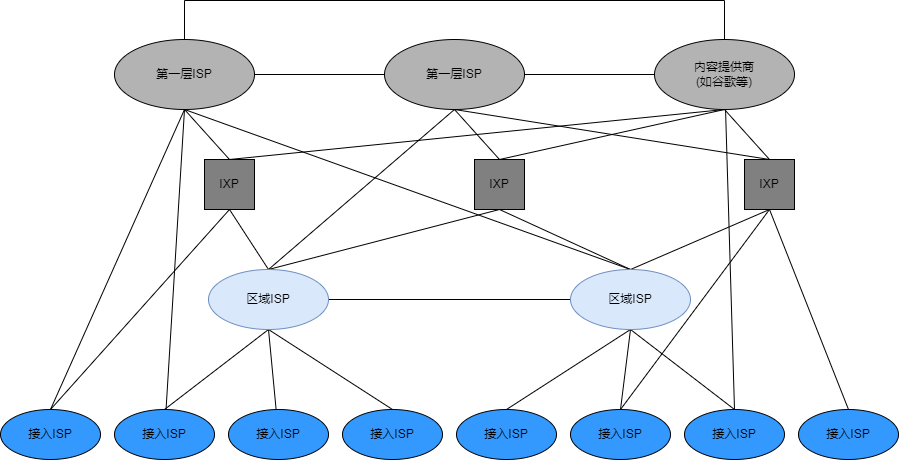
Before: compute-networking/img/compute-networking_4.png, a diagram exported from draw.io (an-die-freude/computer-network-note). Source tidied: cells renumbered, new cells last; positions are measured from the earlier drawing's top-left corner, leaving out a move shared by most shapes. Its diagram source:
```xml
<mxGraphModel>
  <root>
    <mxCell id="0" />
    <mxCell id="1" parent="0" />
    <mxCell id="2" style="edgeStyle=orthogonalEdgeStyle;rounded=0;jettySize=auto;html=1;entryX=0;entryY=0.5;entryDx=0;entryDy=0;endArrow=none;endFill=0;" parent="1" edge="1" source="8" target="13">
      <mxGeometry relative="1" as="geometry" />
    </mxCell>
    <mxCell id="3" style="edgeStyle=orthogonalEdgeStyle;rounded=0;jettySize=auto;html=1;entryX=0.5;entryY=0;entryDx=0;entryDy=0;endArrow=none;endFill=0;exitX=0.5;exitY=0;exitDx=0;exitDy=0;" parent="1" edge="1" source="8" target="17">
      <mxGeometry relative="1" as="geometry">
        <Array as="points">
          <mxPoint x="184" />
          <mxPoint x="724" />
        </Array>
      </mxGeometry>
    </mxCell>
    <mxCell id="4" style="rounded=0;jettySize=auto;html=1;entryX=0.5;entryY=0;entryDx=0;entryDy=0;endArrow=none;endFill=0;exitX=0.5;exitY=1;exitDx=0;exitDy=0;" parent="1" edge="1" source="8" target="39">
      <mxGeometry relative="1" as="geometry" />
    </mxCell>
    <mxCell id="5" style="edgeStyle=none;rounded=0;jettySize=auto;html=1;endArrow=none;endFill=0;exitX=0.5;exitY=1;exitDx=0;exitDy=0;" parent="1" edge="1" source="8" target="38">
      <mxGeometry relative="1" as="geometry" />
    </mxCell>
    <mxCell id="6" style="edgeStyle=none;rounded=0;jettySize=auto;html=1;entryX=0.5;entryY=0;entryDx=0;entryDy=0;endArrow=none;endFill=0;exitX=0.5;exitY=1;exitDx=0;exitDy=0;" parent="1" edge="1" source="8" target="21">
      <mxGeometry relative="1" as="geometry" />
    </mxCell>
    <mxCell id="7" style="edgeStyle=none;rounded=0;jettySize=auto;html=1;entryX=0.5;entryY=0;entryDx=0;entryDy=0;endArrow=none;endFill=0;exitX=0.5;exitY=1;exitDx=0;exitDy=0;" parent="1" edge="1" source="8" target="37">
      <mxGeometry relative="1" as="geometry" />
    </mxCell>
    <mxCell id="8" value="第一层ISP" style="ellipse;whiteSpace=wrap;html=1;fillColor=#B3B3B3;" parent="1" vertex="1">
      <mxGeometry x="114" y="39" width="140" height="70" as="geometry" />
    </mxCell>
    <mxCell id="9" style="edgeStyle=orthogonalEdgeStyle;rounded=0;jettySize=auto;html=1;endArrow=none;endFill=0;" parent="1" edge="1" source="13" target="17">
      <mxGeometry relative="1" as="geometry" />
    </mxCell>
    <mxCell id="10" style="edgeStyle=none;rounded=0;jettySize=auto;html=1;entryX=0.5;entryY=0;entryDx=0;entryDy=0;endArrow=none;endFill=0;exitX=0.5;exitY=1;exitDx=0;exitDy=0;" parent="1" edge="1" source="13" target="28">
      <mxGeometry relative="1" as="geometry" />
    </mxCell>
    <mxCell id="11" style="edgeStyle=none;rounded=0;jettySize=auto;html=1;entryX=0.5;entryY=0;entryDx=0;entryDy=0;endArrow=none;endFill=0;exitX=0.5;exitY=1;exitDx=0;exitDy=0;" parent="1" edge="1" source="13" target="33">
      <mxGeometry relative="1" as="geometry" />
    </mxCell>
    <mxCell id="12" style="edgeStyle=none;rounded=0;jettySize=auto;html=1;entryX=0.5;entryY=0;entryDx=0;entryDy=0;endArrow=none;endFill=0;exitX=0.5;exitY=1;exitDx=0;exitDy=0;" parent="1" edge="1" source="13" target="24">
      <mxGeometry relative="1" as="geometry" />
    </mxCell>
    <mxCell id="13" value="第一层ISP" style="ellipse;whiteSpace=wrap;html=1;fillColor=#B3B3B3;" parent="1" vertex="1">
      <mxGeometry x="384" y="39" width="140" height="70" as="geometry" />
    </mxCell>
    <mxCell id="14" style="edgeStyle=none;rounded=0;jettySize=auto;html=1;entryX=0.5;entryY=0;entryDx=0;entryDy=0;endArrow=none;endFill=0;exitX=0.5;exitY=1;exitDx=0;exitDy=0;" parent="1" edge="1" source="17" target="28">
      <mxGeometry relative="1" as="geometry" />
    </mxCell>
    <mxCell id="15" style="edgeStyle=none;rounded=0;jettySize=auto;html=1;entryX=0.5;entryY=0;entryDx=0;entryDy=0;endArrow=none;endFill=0;exitX=0.5;exitY=1;exitDx=0;exitDy=0;" parent="1" edge="1" source="17" target="24">
      <mxGeometry relative="1" as="geometry" />
    </mxCell>
    <mxCell id="16" style="edgeStyle=none;rounded=0;jettySize=auto;html=1;entryX=0.5;entryY=0;entryDx=0;entryDy=0;endArrow=none;endFill=0;" parent="1" edge="1" source="17" target="43">
      <mxGeometry relative="1" as="geometry" />
    </mxCell>
    <mxCell id="17" value="内容提供商&lt;br&gt;(如谷歌等)" style="ellipse;whiteSpace=wrap;html=1;fillColor=#B3B3B3;" parent="1" vertex="1">
      <mxGeometry x="654" y="39" width="140" height="70" as="geometry" />
    </mxCell>
    <mxCell id="18" style="edgeStyle=none;rounded=0;jettySize=auto;html=1;entryX=0.5;entryY=0;entryDx=0;entryDy=0;endArrow=none;endFill=0;exitX=0.5;exitY=1;exitDx=0;exitDy=0;" parent="1" edge="1" source="21" target="39">
      <mxGeometry relative="1" as="geometry" />
    </mxCell>
    <mxCell id="19" style="edgeStyle=none;rounded=0;jettySize=auto;html=1;endArrow=none;endFill=0;exitX=0.5;exitY=0;exitDx=0;exitDy=0;entryX=0.5;entryY=1;entryDx=0;entryDy=0;" parent="1" edge="1" source="21" target="17">
      <mxGeometry relative="1" as="geometry" />
    </mxCell>
    <mxCell id="20" style="edgeStyle=none;rounded=0;jettySize=auto;html=1;entryX=0.5;entryY=0;entryDx=0;entryDy=0;endArrow=none;endFill=0;exitX=0.5;exitY=1;exitDx=0;exitDy=0;" parent="1" edge="1" source="21" target="33">
      <mxGeometry relative="1" as="geometry" />
    </mxCell>
    <mxCell id="21" value="IXP" style="rounded=0;whiteSpace=wrap;html=1;fillColor=#808080;" parent="1" vertex="1">
      <mxGeometry x="204" y="159" width="50" height="50" as="geometry" />
    </mxCell>
    <mxCell id="22" style="edgeStyle=none;rounded=0;jettySize=auto;html=1;entryX=0.5;entryY=0;entryDx=0;entryDy=0;endArrow=none;endFill=0;exitX=0.5;exitY=1;exitDx=0;exitDy=0;" parent="1" edge="1" source="24" target="33">
      <mxGeometry relative="1" as="geometry" />
    </mxCell>
    <mxCell id="23" style="edgeStyle=none;rounded=0;jettySize=auto;html=1;entryX=0.5;entryY=0;entryDx=0;entryDy=0;endArrow=none;endFill=0;exitX=0.5;exitY=1;exitDx=0;exitDy=0;" parent="1" edge="1" source="24" target="37">
      <mxGeometry relative="1" as="geometry" />
    </mxCell>
    <mxCell id="24" value="IXP" style="rounded=0;whiteSpace=wrap;html=1;strokeColor=#000000;fillColor=#808080;" parent="1" vertex="1">
      <mxGeometry x="474" y="159" width="50" height="50" as="geometry" />
    </mxCell>
    <mxCell id="25" style="edgeStyle=none;rounded=0;jettySize=auto;html=1;entryX=0.5;entryY=0;entryDx=0;entryDy=0;endArrow=none;endFill=0;exitX=0.5;exitY=1;exitDx=0;exitDy=0;" parent="1" edge="1" source="28" target="45">
      <mxGeometry relative="1" as="geometry" />
    </mxCell>
    <mxCell id="26" style="edgeStyle=none;rounded=0;jettySize=auto;html=1;entryX=0.5;entryY=0;entryDx=0;entryDy=0;endArrow=none;endFill=0;exitX=0.5;exitY=1;exitDx=0;exitDy=0;" parent="1" edge="1" source="28" target="42">
      <mxGeometry relative="1" as="geometry" />
    </mxCell>
    <mxCell id="27" style="edgeStyle=none;rounded=0;jettySize=auto;html=1;entryX=0.5;entryY=0;entryDx=0;entryDy=0;endArrow=none;endFill=0;exitX=0.5;exitY=1;exitDx=0;exitDy=0;" parent="1" edge="1" source="28" target="37">
      <mxGeometry relative="1" as="geometry" />
    </mxCell>
    <mxCell id="28" value="IXP" style="rounded=0;whiteSpace=wrap;html=1;fillColor=#808080;" parent="1" vertex="1">
      <mxGeometry x="744" y="159" width="50" height="50" as="geometry" />
    </mxCell>
    <mxCell id="29" style="edgeStyle=none;rounded=0;jettySize=auto;html=1;endArrow=none;endFill=0;exitX=0.5;exitY=1;exitDx=0;exitDy=0;" parent="1" edge="1" source="33" target="44">
      <mxGeometry relative="1" as="geometry" />
    </mxCell>
    <mxCell id="30" style="edgeStyle=none;rounded=0;jettySize=auto;html=1;entryX=0.5;entryY=0;entryDx=0;entryDy=0;endArrow=none;endFill=0;exitX=0.5;exitY=1;exitDx=0;exitDy=0;" parent="1" edge="1" source="33" target="38">
      <mxGeometry relative="1" as="geometry" />
    </mxCell>
    <mxCell id="31" style="edgeStyle=none;rounded=0;jettySize=auto;html=1;entryX=0.5;entryY=0;entryDx=0;entryDy=0;endArrow=none;endFill=0;exitX=0.5;exitY=1;exitDx=0;exitDy=0;" parent="1" edge="1" source="33" target="40">
      <mxGeometry relative="1" as="geometry" />
    </mxCell>
    <mxCell id="32" style="edgeStyle=none;rounded=0;jettySize=auto;html=1;entryX=0;entryY=0.5;entryDx=0;entryDy=0;endArrow=none;endFill=0;" parent="1" edge="1" source="33" target="37">
      <mxGeometry relative="1" as="geometry" />
    </mxCell>
    <mxCell id="33" value="区域ISP" style="ellipse;whiteSpace=wrap;html=1;fillColor=#dae8fc;strokeColor=#6c8ebf;" parent="1" vertex="1">
      <mxGeometry x="208" y="269" width="120" height="60" as="geometry" />
    </mxCell>
    <mxCell id="34" style="edgeStyle=none;rounded=0;jettySize=auto;html=1;entryX=0.5;entryY=0;entryDx=0;entryDy=0;endArrow=none;endFill=0;exitX=0.5;exitY=1;exitDx=0;exitDy=0;" parent="1" edge="1" source="37" target="41">
      <mxGeometry relative="1" as="geometry" />
    </mxCell>
    <mxCell id="35" style="edgeStyle=none;rounded=0;jettySize=auto;html=1;entryX=0.5;entryY=0;entryDx=0;entryDy=0;endArrow=none;endFill=0;exitX=0.5;exitY=1;exitDx=0;exitDy=0;" parent="1" edge="1" source="37" target="42">
      <mxGeometry relative="1" as="geometry" />
    </mxCell>
    <mxCell id="36" style="edgeStyle=none;rounded=0;jettySize=auto;html=1;entryX=0.5;entryY=0;entryDx=0;entryDy=0;endArrow=none;endFill=0;exitX=0.5;exitY=1;exitDx=0;exitDy=0;" parent="1" edge="1" source="37" target="43">
      <mxGeometry relative="1" as="geometry" />
    </mxCell>
    <mxCell id="37" value="区域ISP" style="ellipse;whiteSpace=wrap;html=1;fillColor=#dae8fc;strokeColor=#6c8ebf;" parent="1" vertex="1">
      <mxGeometry x="570" y="269" width="120" height="60" as="geometry" />
    </mxCell>
    <mxCell id="38" value="接入ISP" style="ellipse;whiteSpace=wrap;html=1;fillColor=#3399FF;" parent="1" vertex="1">
      <mxGeometry x="114" y="409" width="100" height="50" as="geometry" />
    </mxCell>
    <mxCell id="39" value="接入ISP" style="ellipse;whiteSpace=wrap;html=1;fillColor=#3399FF;" parent="1" vertex="1">
      <mxGeometry y="409" width="100" height="50" as="geometry" />
    </mxCell>
    <mxCell id="40" value="接入ISP" style="ellipse;whiteSpace=wrap;html=1;fillColor=#3399FF;" parent="1" vertex="1">
      <mxGeometry x="342" y="409" width="100" height="50" as="geometry" />
    </mxCell>
    <mxCell id="41" value="接入ISP" style="ellipse;whiteSpace=wrap;html=1;fillColor=#3399FF;" parent="1" vertex="1">
      <mxGeometry x="456" y="409" width="100" height="50" as="geometry" />
    </mxCell>
    <mxCell id="42" value="接入ISP" style="ellipse;whiteSpace=wrap;html=1;fillColor=#3399FF;" parent="1" vertex="1">
      <mxGeometry x="570" y="409" width="100" height="50" as="geometry" />
    </mxCell>
    <mxCell id="43" value="接入ISP" style="ellipse;whiteSpace=wrap;html=1;fillColor=#3399FF;" parent="1" vertex="1">
      <mxGeometry x="684" y="409" width="100" height="50" as="geometry" />
    </mxCell>
    <mxCell id="44" value="接入ISP" style="ellipse;whiteSpace=wrap;html=1;fillColor=#3399FF;" parent="1" vertex="1">
      <mxGeometry x="228" y="409" width="100" height="50" as="geometry" />
    </mxCell>
    <mxCell id="45" value="接入ISP" style="ellipse;whiteSpace=wrap;html=1;fillColor=#3399FF;" parent="1" vertex="1">
      <mxGeometry x="798" y="409" width="100" height="50" as="geometry" />
    </mxCell>
  </root>
</mxGraphModel>
```
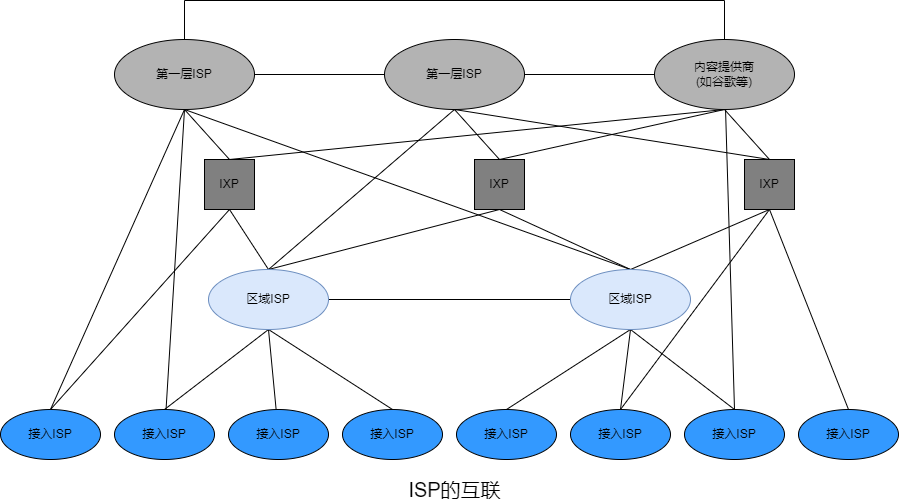
The same file after the commit.

The edit, as a diff of the source:
```diff
@@ -139,5 +139,8 @@
     <mxCell id="45" value="接入ISP" style="ellipse;whiteSpace=wrap;html=1;fillColor=#3399FF;" parent="1" vertex="1">
       <mxGeometry x="798" y="409" width="100" height="50" as="geometry" />
     </mxCell>
+    <mxCell id="46" value="&lt;font style=&quot;font-size: 20px&quot;&gt;ISP的互联&lt;/font&gt;" style="text;html=1;align=center;verticalAlign=middle;strokeColor=none;fillColor=none;" parent="1" vertex="1">
+      <mxGeometry x="403" y="478" width="102" height="21" as="geometry" />
+    </mxCell>
   </root>
 </mxGraphModel>
```
